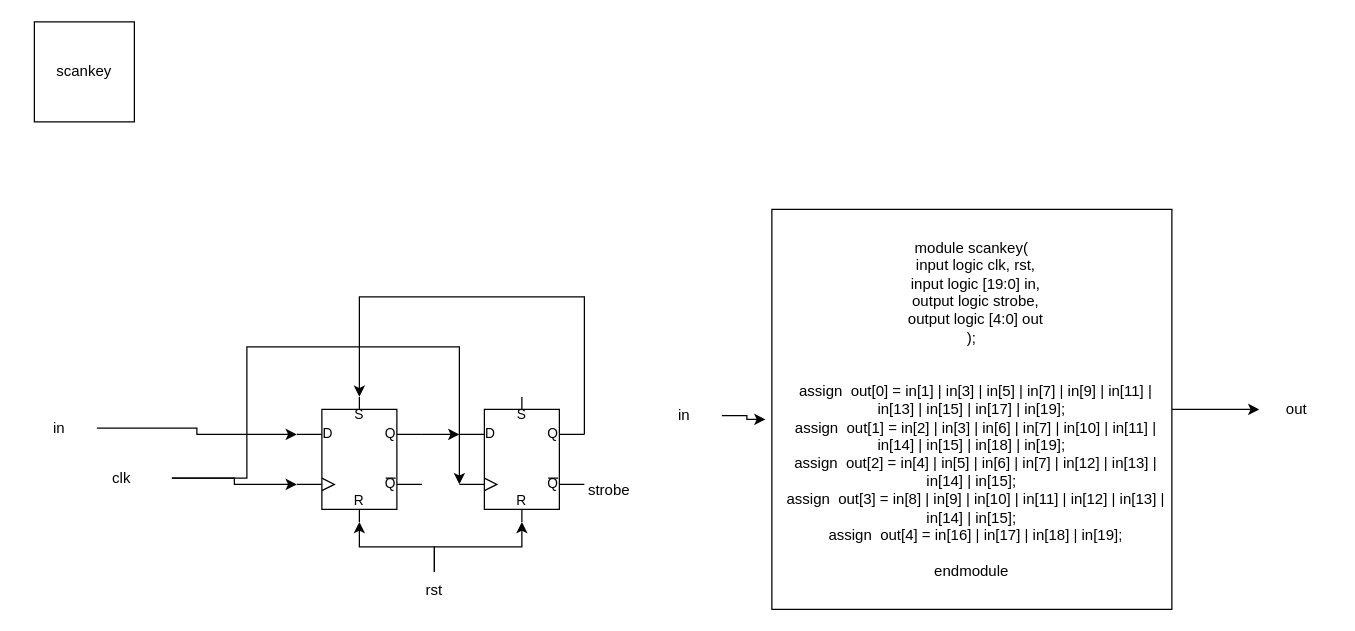
LeoChen21/chenLeo keeps this draw.io diagram as Untitled Diagram.drawio. Above is the earlier version. Source tidied: cells renumbered, new cells numbered last; positions are measured from the earlier drawing's top-left corner, leaving out a move shared by most shapes. Both pictures are drawn from the tidied source at 125%, with x=0, y=0 at pixel (21, 21).
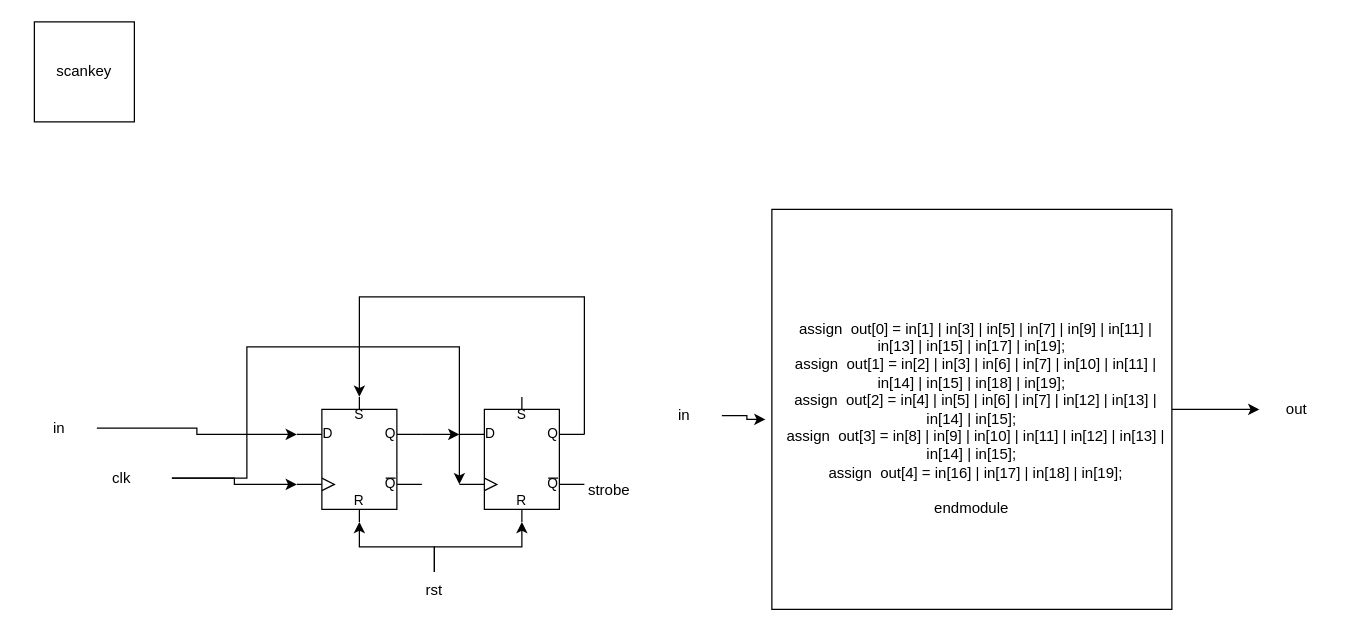
After the change.

What changed in the source:
```diff
@@
-    <mxCell id="4" value="module scankey(&lt;br&gt;&amp;nbsp; input logic clk, rst,&lt;br&gt;&amp;nbsp; input logic [19:0] in,&lt;br&gt;&amp;nbsp; output logic strobe,&lt;br&gt;&amp;nbsp; output logic [4:0] out&lt;br&gt;);&lt;br&gt;&lt;br&gt;&amp;nbsp;&lt;br&gt;&amp;nbsp; assign&amp;nbsp; out[0] = in[1] | in[3] | in[5] | in[7] | in[9] | in[11] | in[13] | in[15] | in[17] | in[19];&lt;br&gt;&amp;nbsp; assign&amp;nbsp; out[1] = in[2] | in[3] | in[6] | in[7] | in[10] | in[11] | in[14] | in[15] | in[18] | in[19];&lt;br&gt;&amp;nbsp; assign&amp;nbsp; out[2] = in[4] | in[5] | in[6] | in[7] | in[12] | in[13] | in[14] | in[15];&lt;br&gt;&amp;nbsp; assign&amp;nbsp; out[3] = in[8] | in[9] | in[10] | in[11] | in[12] | in[13] | in[14] | in[15];&lt;br&gt;&amp;nbsp; assign&amp;nbsp; out[4] = in[16] | in[17] | in[18] | in[19];&lt;br&gt;&lt;br&gt;endmodule" style="whiteSpace=wrap;html=1;" parent="1" vertex="1">
+    <mxCell id="4" value="&lt;br&gt;&amp;nbsp; assign&amp;nbsp; out[0] = in[1] | in[3] | in[5] | in[7] | in[9] | in[11] | in[13] | in[15] | in[17] | in[19];&lt;br&gt;&amp;nbsp; assign&amp;nbsp; out[1] = in[2] | in[3] | in[6] | in[7] | in[10] | in[11] | in[14] | in[15] | in[18] | in[19];&lt;br&gt;&amp;nbsp; assign&amp;nbsp; out[2] = in[4] | in[5] | in[6] | in[7] | in[12] | in[13] | in[14] | in[15];&lt;br&gt;&amp;nbsp; assign&amp;nbsp; out[3] = in[8] | in[9] | in[10] | in[11] | in[12] | in[13] | in[14] | in[15];&lt;br&gt;&amp;nbsp; assign&amp;nbsp; out[4] = in[16] | in[17] | in[18] | in[19];&lt;br&gt;&lt;br&gt;endmodule" style="whiteSpace=wrap;html=1;" parent="1" vertex="1">
       <mxGeometry x="600" y="150" width="320" height="320" as="geometry" />
     </mxCell>
```
